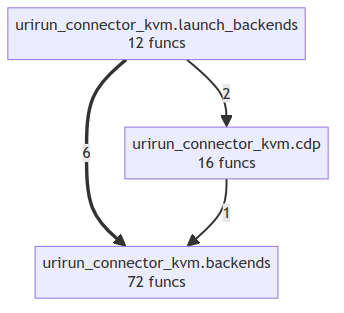
Earlier version of the Mermaid export project/compact_flow.png (if-uri/urirun-connector-kvm). Its source is kept beside it as project/compact_flow.mmd.
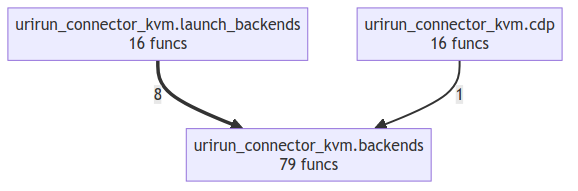
After the change.

Diff of the diagram source:
```diff
@@ -1,7 +1,6 @@
 flowchart TD
-    urirun_connector_kvm__backends["urirun_connector_kvm.backends<br/>72 funcs"]
+    urirun_connector_kvm__backends["urirun_connector_kvm.backends<br/>79 funcs"]
     urirun_connector_kvm__cdp["urirun_connector_kvm.cdp<br/>16 funcs"]
-    urirun_connector_kvm__launch_backends["urirun_connector_kvm.launch_backends<br/>12 funcs"]
-    urirun_connector_kvm__launch_backends ==>|6| urirun_connector_kvm__backends
-    urirun_connector_kvm__launch_backends -->|2| urirun_connector_kvm__cdp
+    urirun_connector_kvm__launch_backends["urirun_connector_kvm.launch_backends<br/>16 funcs"]
+    urirun_connector_kvm__launch_backends ==>|8| urirun_connector_kvm__backends
     urirun_connector_kvm__cdp -->|1| urirun_connector_kvm__backends
```
